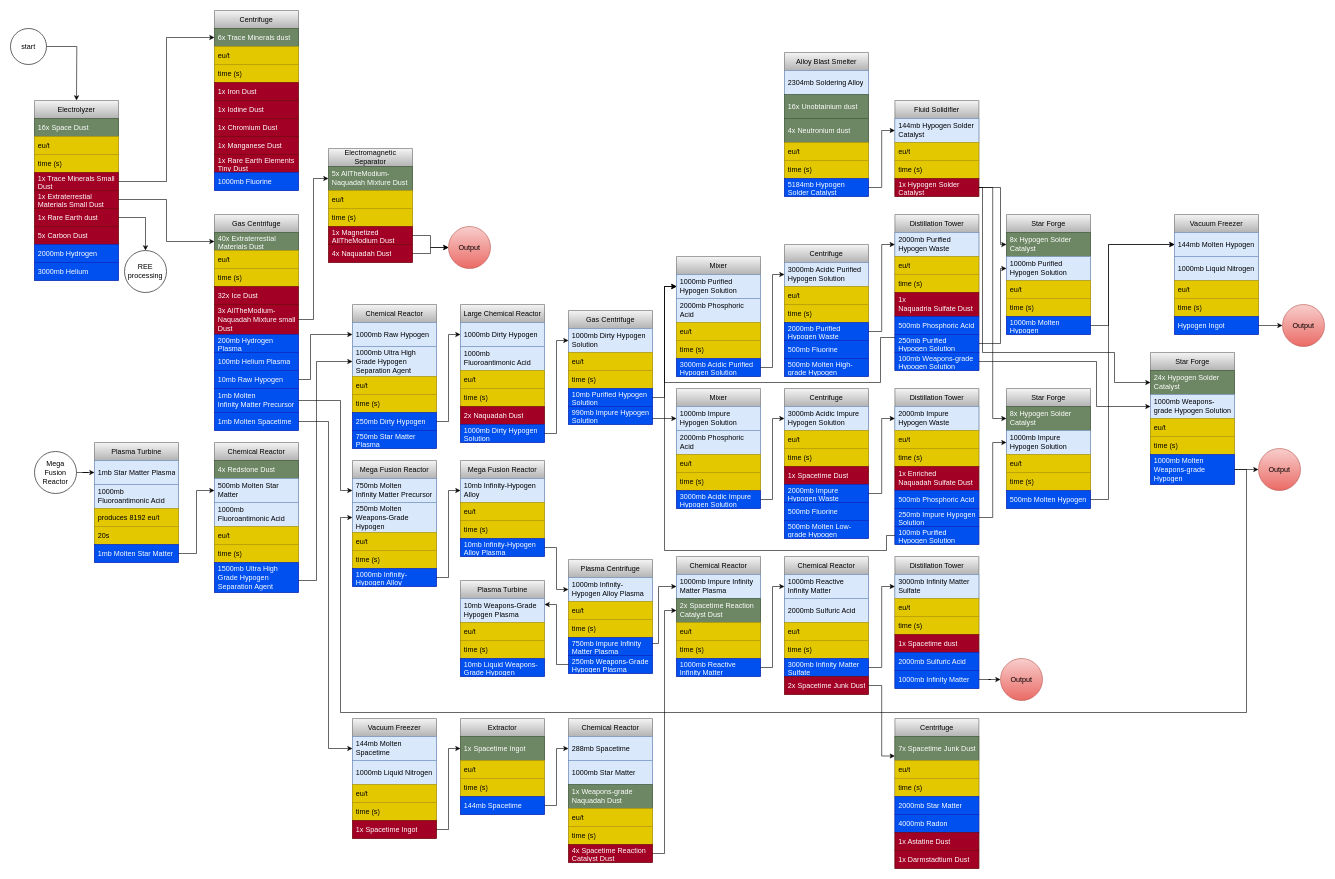
Before: space_dust.drawio in screret/Gravitas2, a draw.io diagram. Source tidied: cells renumbered, new cells numbered last; positions are measured from the earlier drawing's top-left corner, leaving out a move shared by most shapes. Both pictures are drawn from the tidied source at 60%, with x=0, y=0 at pixel (10, 10).
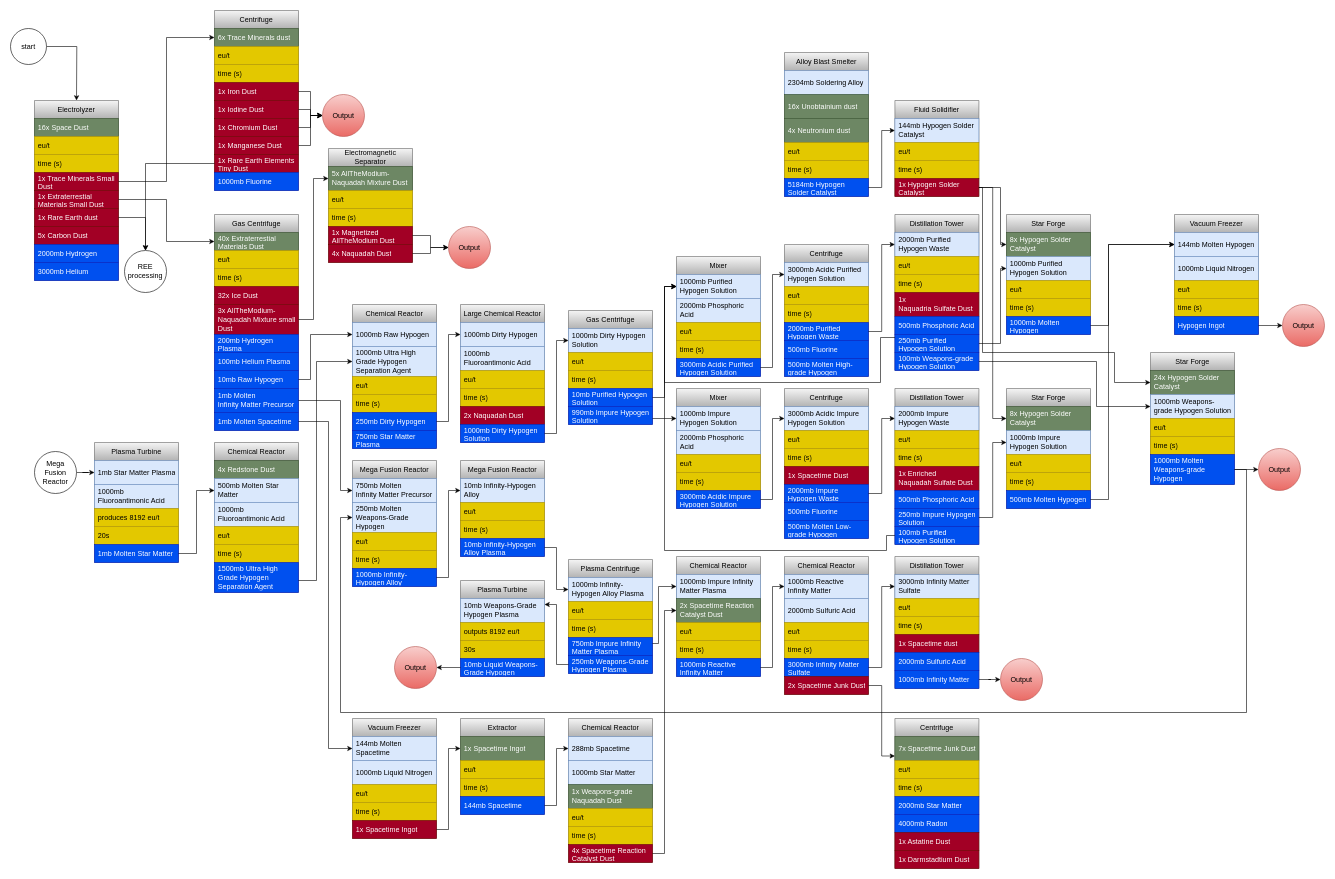
The same page after the edit.

The change refers to these unchanged cells:
```xml
<mxCell id="14" value="REE processing" style="ellipse;whiteSpace=wrap;html=1;" parent="1" vertex="1">
  <mxGeometry x="190" y="400" width="70" height="70" as="geometry" />
</mxCell>
<mxCell id="20" value="1x Iron Dust" style="text;strokeColor=#6F0000;fillColor=#a20025;align=left;verticalAlign=middle;spacingLeft=4;spacingRight=4;overflow=hidden;points=[[0,0.5],[1,0.5]];portConstraint=eastwest;whiteSpace=wrap;html=1;fontColor=#ffffff;" parent="16" vertex="1">
  <mxGeometry y="120" width="140" height="30" as="geometry" />
</mxCell>
<mxCell id="21" value="1x Iodine Dust" style="text;strokeColor=#6F0000;fillColor=#a20025;align=left;verticalAlign=middle;spacingLeft=4;spacingRight=4;overflow=hidden;points=[[0,0.5],[1,0.5]];portConstraint=eastwest;whiteSpace=wrap;html=1;fontColor=#ffffff;" parent="16" vertex="1">
  <mxGeometry y="150" width="140" height="30" as="geometry" />
</mxCell>
<mxCell id="22" value="1x Chromium Dust" style="text;strokeColor=#6F0000;fillColor=#a20025;align=left;verticalAlign=middle;spacingLeft=4;spacingRight=4;overflow=hidden;points=[[0,0.5],[1,0.5]];portConstraint=eastwest;whiteSpace=wrap;html=1;fontColor=#ffffff;" parent="16" vertex="1">
  <mxGeometry y="180" width="140" height="30" as="geometry" />
</mxCell>
<mxCell id="23" value="1x Manganese Dust" style="text;strokeColor=#6F0000;fillColor=#a20025;align=left;verticalAlign=middle;spacingLeft=4;spacingRight=4;overflow=hidden;points=[[0,0.5],[1,0.5]];portConstraint=eastwest;whiteSpace=wrap;html=1;fontColor=#ffffff;" parent="16" vertex="1">
  <mxGeometry y="210" width="140" height="30" as="geometry" />
</mxCell>
<mxCell id="24" value="1x Rare Earth Elements Tiny Dust" style="text;strokeColor=#6F0000;fillColor=#a20025;align=left;verticalAlign=middle;spacingLeft=4;spacingRight=4;overflow=hidden;points=[[0,0.5],[1,0.5]];portConstraint=eastwest;whiteSpace=wrap;html=1;fontColor=#ffffff;" parent="16" vertex="1">
  <mxGeometry y="240" width="140" height="30" as="geometry" />
</mxCell>
<mxCell id="209" value="Plasma Turbine" style="swimlane;fontStyle=0;horizontal=1;startSize=30;whiteSpace=wrap;html=1;fillColor=#f5f5f5;gradientColor=#b3b3b3;strokeColor=#666666;" parent="1" vertex="1">
  <mxGeometry x="750" y="950" width="140" height="160" as="geometry" />
</mxCell>
<mxCell id="213" value="10mb Liquid Weapons-Grade Hypogen" style="text;strokeColor=#001DBC;fillColor=#0050ef;align=left;verticalAlign=middle;spacingLeft=4;spacingRight=4;overflow=hidden;points=[[0,0.5],[1,0.5]];portConstraint=eastwest;whiteSpace=wrap;html=1;fontColor=#ffffff;" parent="209" vertex="1">
  <mxGeometry y="130" width="140" height="30" as="geometry" />
</mxCell>
```

Change to the diagram source:
```diff
@@
-    <mxCell id="211" value="eu/t" style="text;strokeColor=#B09500;fillColor=#e3c800;align=left;verticalAlign=middle;spacingLeft=4;spacingRight=4;overflow=hidden;whiteSpace=wrap;html=1;fontColor=#000000;" parent="209" vertex="1">
+    <mxCell id="211" value="outputs 8192 eu/t" style="text;strokeColor=#B09500;fillColor=#e3c800;align=left;verticalAlign=middle;spacingLeft=4;spacingRight=4;overflow=hidden;whiteSpace=wrap;html=1;fontColor=#000000;" parent="209" vertex="1">
       <mxGeometry y="70" width="140" height="30" as="geometry" />
     </mxCell>
-    <mxCell id="212" value="time (s)" style="text;strokeColor=#B09500;fillColor=#e3c800;align=left;verticalAlign=middle;spacingLeft=4;spacingRight=4;overflow=hidden;whiteSpace=wrap;html=1;fontColor=#000000;" parent="209" vertex="1">
+    <mxCell id="212" value="30s" style="text;strokeColor=#B09500;fillColor=#e3c800;align=left;verticalAlign=middle;spacingLeft=4;spacingRight=4;overflow=hidden;whiteSpace=wrap;html=1;fontColor=#000000;" parent="209" vertex="1">
       <mxGeometry y="100" width="140" height="30" as="geometry" />
     </mxCell>
@@
+    <mxCell id="272" value="Output" style="ellipse;whiteSpace=wrap;html=1;fillColor=#f8cecc;strokeColor=#b85450;gradientColor=#ea6b66;" parent="1" vertex="1">
+      <mxGeometry x="640" y="1060" width="70" height="70" as="geometry" />
+    </mxCell>
+    <mxCell id="273" style="edgeStyle=orthogonalEdgeStyle;rounded=0;jettySize=auto;html=1;entryX=1;entryY=0.5;entryDx=0;entryDy=0;" parent="1" edge="1" source="213" target="272">
+      <mxGeometry relative="1" as="geometry" />
+    </mxCell>
+    <mxCell id="274" value="Output" style="ellipse;whiteSpace=wrap;html=1;fillColor=#f8cecc;strokeColor=#b85450;gradientColor=#ea6b66;" parent="1" vertex="1">
+      <mxGeometry x="520" y="140" width="70" height="70" as="geometry" />
+    </mxCell>
+    <mxCell id="275" style="edgeStyle=orthogonalEdgeStyle;rounded=0;jettySize=auto;html=1;entryX=0.5;entryY=0;entryDx=0;entryDy=0;" parent="1" edge="1" source="24" target="14">
+      <mxGeometry relative="1" as="geometry" />
+    </mxCell>
+    <mxCell id="276" style="edgeStyle=orthogonalEdgeStyle;rounded=0;jettySize=auto;html=1;" parent="1" edge="1" source="23" target="274">
+      <mxGeometry relative="1" as="geometry" />
+    </mxCell>
+    <mxCell id="277" style="edgeStyle=orthogonalEdgeStyle;rounded=0;jettySize=auto;html=1;" parent="1" edge="1" source="22" target="274">
+      <mxGeometry relative="1" as="geometry" />
+    </mxCell>
+    <mxCell id="278" style="edgeStyle=orthogonalEdgeStyle;rounded=0;jettySize=auto;html=1;" parent="1" edge="1" source="21" target="274">
+      <mxGeometry relative="1" as="geometry" />
+    </mxCell>
+    <mxCell id="279" style="edgeStyle=orthogonalEdgeStyle;rounded=0;jettySize=auto;html=1;" parent="1" edge="1" source="20" target="274">
+      <mxGeometry relative="1" as="geometry" />
+    </mxCell>
```
